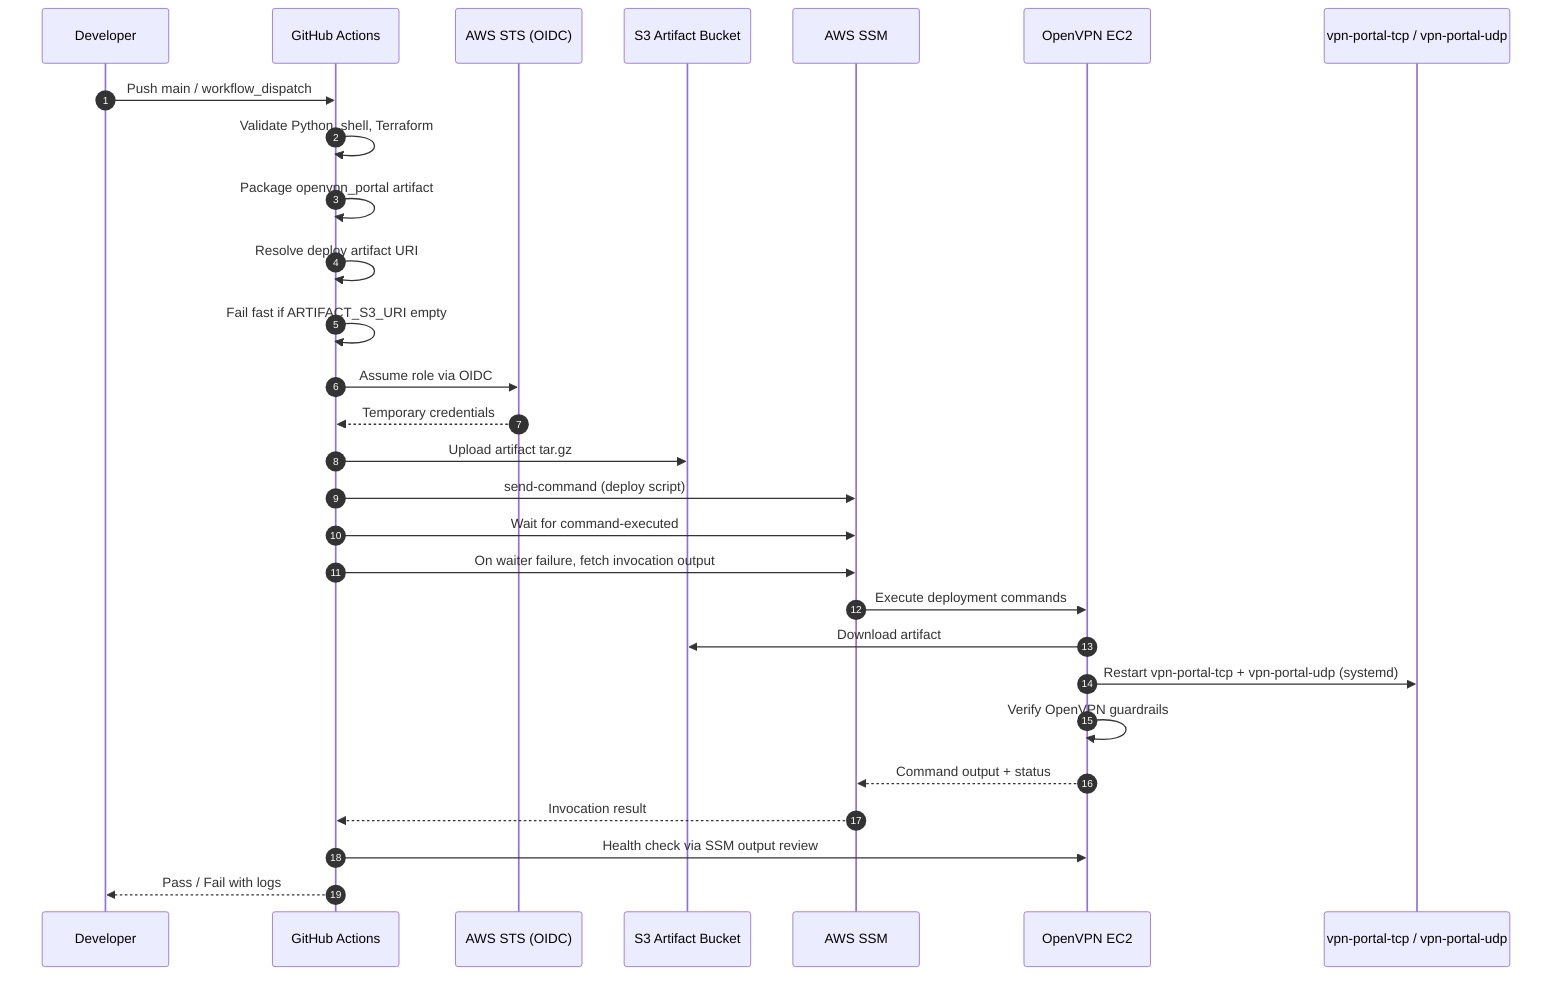
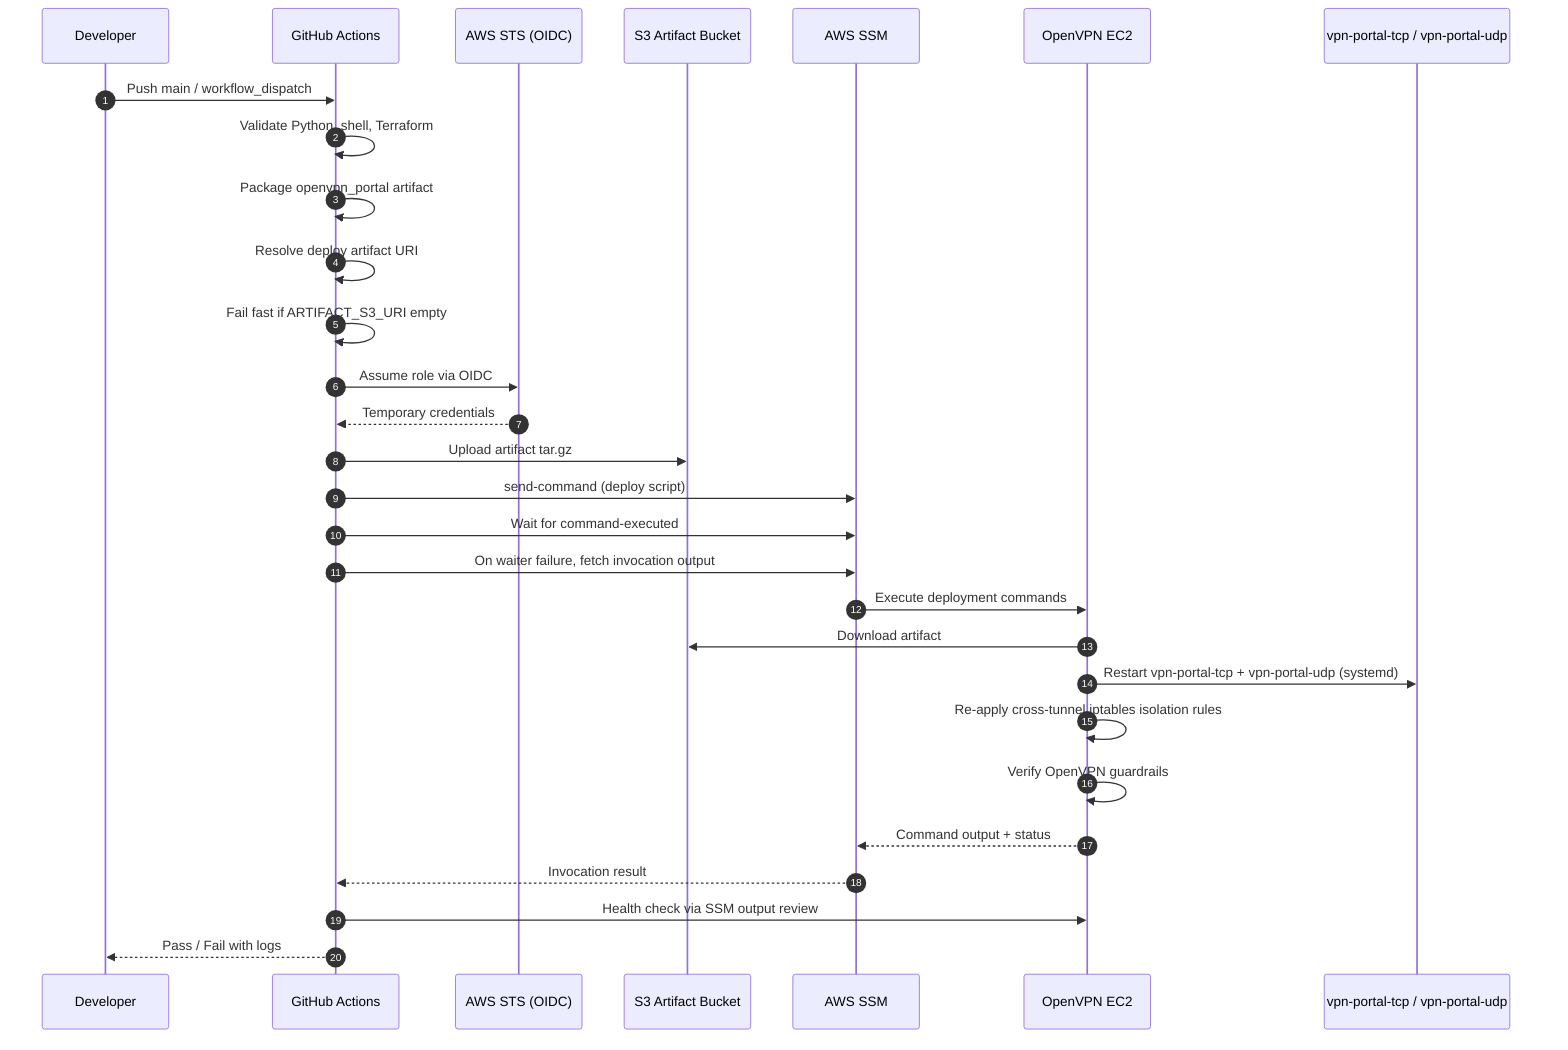
sequenceDiagram
    autonumber
    participant Dev as Developer
    participant GH as GitHub Actions
    participant STS as AWS STS (OIDC)
    participant S3 as S3 Artifact Bucket
    participant SSM as AWS SSM
    participant EC2 as OpenVPN EC2
    participant Portal as vpn-portal-tcp / vpn-portal-udp

    Dev->>GH: Push main / workflow_dispatch
    GH->>GH: Validate Python, shell, Terraform
    GH->>GH: Package openvpn_portal artifact
    GH->>GH: Resolve deploy artifact URI
    GH->>GH: Fail fast if ARTIFACT_S3_URI empty
    GH->>STS: Assume role via OIDC
    STS-->>GH: Temporary credentials
    GH->>S3: Upload artifact tar.gz
    GH->>SSM: send-command (deploy script)
    GH->>SSM: Wait for command-executed
    GH->>SSM: On waiter failure, fetch invocation output
    SSM->>EC2: Execute deployment commands
    EC2->>S3: Download artifact
    EC2->>Portal: Restart vpn-portal-tcp + vpn-portal-udp (systemd)
+     EC2->>EC2: Re-apply cross-tunnel iptables isolation rules
    EC2->>EC2: Verify OpenVPN guardrails
    EC2-->>SSM: Command output + status
    SSM-->>GH: Invocation result
    GH->>EC2: Health check via SSM output review
    GH-->>Dev: Pass / Fail with logs
